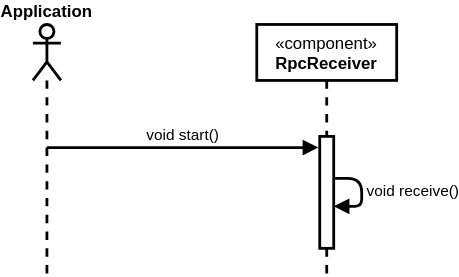
HaniAlshikh/tron keeps this draw.io diagram as docs/middleware/diagrams/UC01StartRpcServerSequenceDiagramLevel1.drawio.svg. Above is the earlier version. Source tidied: cells renumbered, new cells last; positions are measured from the earlier drawing's top-left corner, leaving out a move shared by most shapes. Source of this version:
```xml
<mxGraphModel background="#ffffff">
  <root>
    <mxCell id="0" />
    <mxCell id="1" parent="0" />
    <mxCell id="2" value="&lt;span&gt;«component»&lt;br&gt;&lt;b&gt;RpcReceiver&lt;/b&gt;&lt;br&gt;&lt;/span&gt;" style="shape=umlLifeline;perimeter=lifelinePerimeter;whiteSpace=wrap;html=1;strokeWidth=2;verticalAlign=top;" parent="1" vertex="1">
      <mxGeometry x="160" width="100" height="180" as="geometry" />
    </mxCell>
    <mxCell id="3" value="&lt;b&gt;Application&lt;/b&gt;" style="shape=umlLifeline;participant=umlActor;perimeter=lifelinePerimeter;whiteSpace=wrap;html=1;verticalAlign=bottom;spacingTop=36;strokeWidth=2;labelPosition=center;verticalLabelPosition=top;align=center;" parent="1" vertex="1">
      <mxGeometry width="20" height="180" as="geometry" />
    </mxCell>
    <mxCell id="4" style="html=1;points=[];perimeter=orthogonalPerimeter;strokeWidth=2;verticalAlign=top;" parent="1" vertex="1">
      <mxGeometry x="205" y="80" width="10" height="80" as="geometry" />
    </mxCell>
    <mxCell id="5" value="void start()" style="html=1;verticalAlign=bottom;endArrow=block;strokeWidth=2;entryX=-0.1;entryY=0.832;entryDx=0;entryDy=0;entryPerimeter=0;" parent="1" edge="1">
      <mxGeometry relative="1" as="geometry">
        <mxPoint x="10" y="88" as="sourcePoint" />
        <mxPoint x="204" y="88" as="targetPoint" />
      </mxGeometry>
    </mxCell>
    <mxCell id="6" style="edgeStyle=none;shape=connector;rounded=1;html=1;labelBackgroundColor=default;fontFamily=Helvetica;fontSize=11;fontColor=default;endArrow=block;strokeColor=default;strokeWidth=2;" parent="1" edge="1" source="4" target="4">
      <mxGeometry relative="1" as="geometry" />
    </mxCell>
    <mxCell id="7" value="void receive()" style="edgeLabel;html=1;align=left;verticalAlign=middle;fontSize=11;fontFamily=Helvetica;fontColor=default;" parent="6" vertex="1">
      <mxGeometry x="-0.07" y="2" relative="1" as="geometry" />
    </mxCell>
  </root>
</mxGraphModel>
```
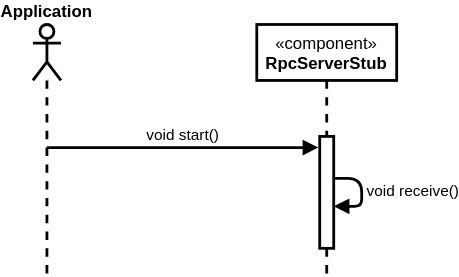
The same file after the commit.

Commit message:
Docs: Runtime View Level 2

Diff of the diagram source:
```diff
@@ -2,7 +2,7 @@
   <root>
     <mxCell id="0" />
     <mxCell id="1" parent="0" />
-    <mxCell id="2" value="&lt;span&gt;«component»&lt;br&gt;&lt;b&gt;RpcReceiver&lt;/b&gt;&lt;br&gt;&lt;/span&gt;" style="shape=umlLifeline;perimeter=lifelinePerimeter;whiteSpace=wrap;html=1;strokeWidth=2;verticalAlign=top;" parent="1" vertex="1">
+    <mxCell id="2" value="&lt;span&gt;«component»&lt;br&gt;&lt;b&gt;RpcServerStub&lt;/b&gt;&lt;br&gt;&lt;/span&gt;" style="shape=umlLifeline;perimeter=lifelinePerimeter;whiteSpace=wrap;html=1;strokeWidth=2;verticalAlign=top;" parent="1" vertex="1">
       <mxGeometry x="160" width="100" height="180" as="geometry" />
     </mxCell>
     <mxCell id="3" value="&lt;b&gt;Application&lt;/b&gt;" style="shape=umlLifeline;participant=umlActor;perimeter=lifelinePerimeter;whiteSpace=wrap;html=1;verticalAlign=bottom;spacingTop=36;strokeWidth=2;labelPosition=center;verticalLabelPosition=top;align=center;" parent="1" vertex="1">
```
